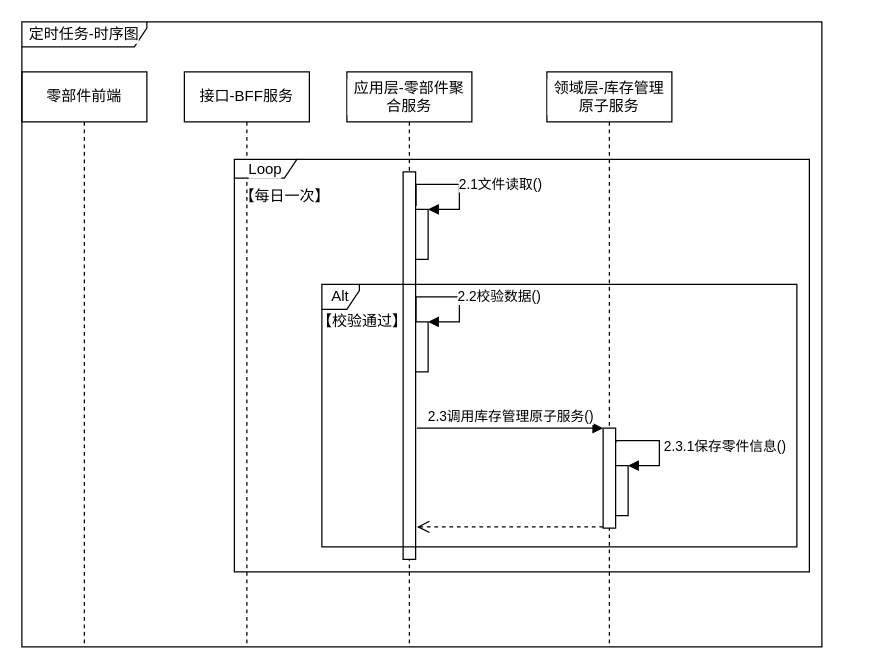
1132489442/gitRepository1 keeps this draw.io diagram as page "定时任务-行为图" (2 of 4) of 零件主信息.drawio. Above is the earlier version. Source tidied: cells renumbered, new cells numbered last; positions are measured from the earlier drawing's top-left corner, leaving out a move shared by most shapes. Both pictures are drawn from the tidied source at 125%, with x=0, y=0 at pixel (21, 21).
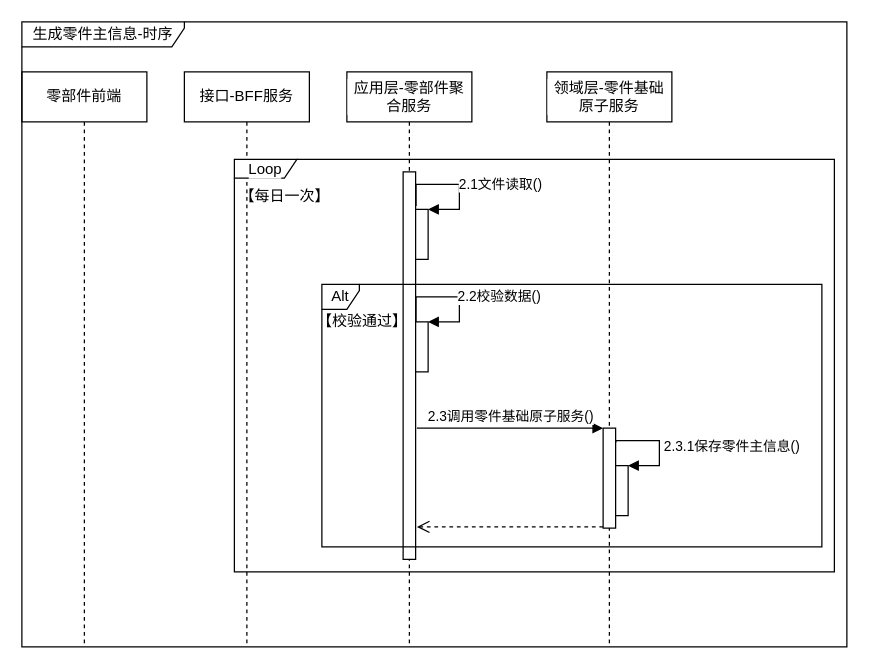
The same diagram, later.

Commit message:
更新零件主信息.drawio

The change refers to these unchanged cells:
```xml
<mxCell id="3" style="html=1;points=[];perimeter=orthogonalPerimeter;labelBackgroundColor=#FFFFFF;fillColor=#FFFFFF;" parent="2" vertex="1">
  <mxGeometry x="45" y="285" width="10" height="80" as="geometry" />
</mxCell>
<mxCell id="4" style="html=1;points=[];perimeter=orthogonalPerimeter;labelBackgroundColor=#FFFFFF;fillColor=#FFFFFF;" parent="2" vertex="1">
  <mxGeometry x="55" y="315" width="10" height="40" as="geometry" />
</mxCell>
```

Change to the diagram source:
```diff
@@
-    <mxCell id="2" value="领域层-库存管理原子服务" style="shape=umlLifeline;perimeter=lifelinePerimeter;whiteSpace=wrap;html=1;labelBackgroundColor=#FFFFFF;fillColor=#FFFFFF;" parent="1" vertex="1">
+    <mxCell id="2" value="领域层-零件基础原子服务" style="shape=umlLifeline;perimeter=lifelinePerimeter;whiteSpace=wrap;html=1;labelBackgroundColor=#FFFFFF;fillColor=#FFFFFF;" parent="1" vertex="1">
       <mxGeometry x="420" y="40" width="100" height="460" as="geometry" />
     </mxCell>
@@
-    <mxCell id="5" value="2.3.1保存零件信息()" style="edgeStyle=orthogonalEdgeStyle;html=1;align=left;spacingLeft=2;endArrow=block;rounded=0;entryX=1;entryY=0;exitX=1.018;exitY=0.143;exitDx=0;exitDy=0;exitPerimeter=0;" parent="2" edge="1" source="3" target="4">
+    <mxCell id="5" value="2.3.1保存零件主信息()" style="edgeStyle=orthogonalEdgeStyle;html=1;align=left;spacingLeft=2;endArrow=block;rounded=0;entryX=1;entryY=0;exitX=1.018;exitY=0.143;exitDx=0;exitDy=0;exitPerimeter=0;" parent="2" edge="1" source="3" target="4">
       <mxGeometry relative="1" as="geometry">
         <Array as="points">
           <mxPoint x="55" y="295" />
           <mxPoint x="90" y="295" />
           <mxPoint x="90" y="315" />
         </Array>
       </mxGeometry>
     </mxCell>
@@
-    <mxCell id="12" value="2.3调用库存管理原子服务()" style="html=1;verticalAlign=bottom;endArrow=block;entryX=0;entryY=0;rounded=0;" parent="1" edge="1" target="3">
+    <mxCell id="12" value="2.3调用零件基础原子服务()" style="html=1;verticalAlign=bottom;endArrow=block;entryX=0;entryY=0;rounded=0;" parent="1" edge="1" target="3">
       <mxGeometry relative="1" as="geometry">
         <mxPoint x="316" y="325" as="sourcePoint" />
       </mxGeometry>
     </mxCell>
@@
     <mxCell id="14" value="Alt" style="shape=umlFrame;whiteSpace=wrap;html=1;width=30;height=20;" parent="1" vertex="1">
-      <mxGeometry x="240" y="210" width="380" height="210" as="geometry" />
+      <mxGeometry x="240" y="210" width="400" height="210" as="geometry" />
     </mxCell>
@@
     <mxCell id="18" value="Loop" style="shape=umlFrame;whiteSpace=wrap;html=1;labelBackgroundColor=#FFFFFF;fillColor=#FFFFFF;width=50;height=15;" parent="1" vertex="1">
-      <mxGeometry x="170" y="110" width="460" height="330" as="geometry" />
+      <mxGeometry x="170" y="110" width="480" height="330" as="geometry" />
     </mxCell>
@@
-    <mxCell id="20" value="定时任务-时序图" style="shape=umlFrame;whiteSpace=wrap;html=1;labelBackgroundColor=#FFFFFF;fillColor=#FFFFFF;width=100;height=20;" parent="1" vertex="1">
-      <mxGeometry width="640" height="500" as="geometry" />
+    <mxCell id="20" value="生成零件主信息-时序" style="shape=umlFrame;whiteSpace=wrap;html=1;labelBackgroundColor=#FFFFFF;fillColor=#FFFFFF;width=130;height=20;" parent="1" vertex="1">
+      <mxGeometry width="660" height="500" as="geometry" />
     </mxCell>
```
